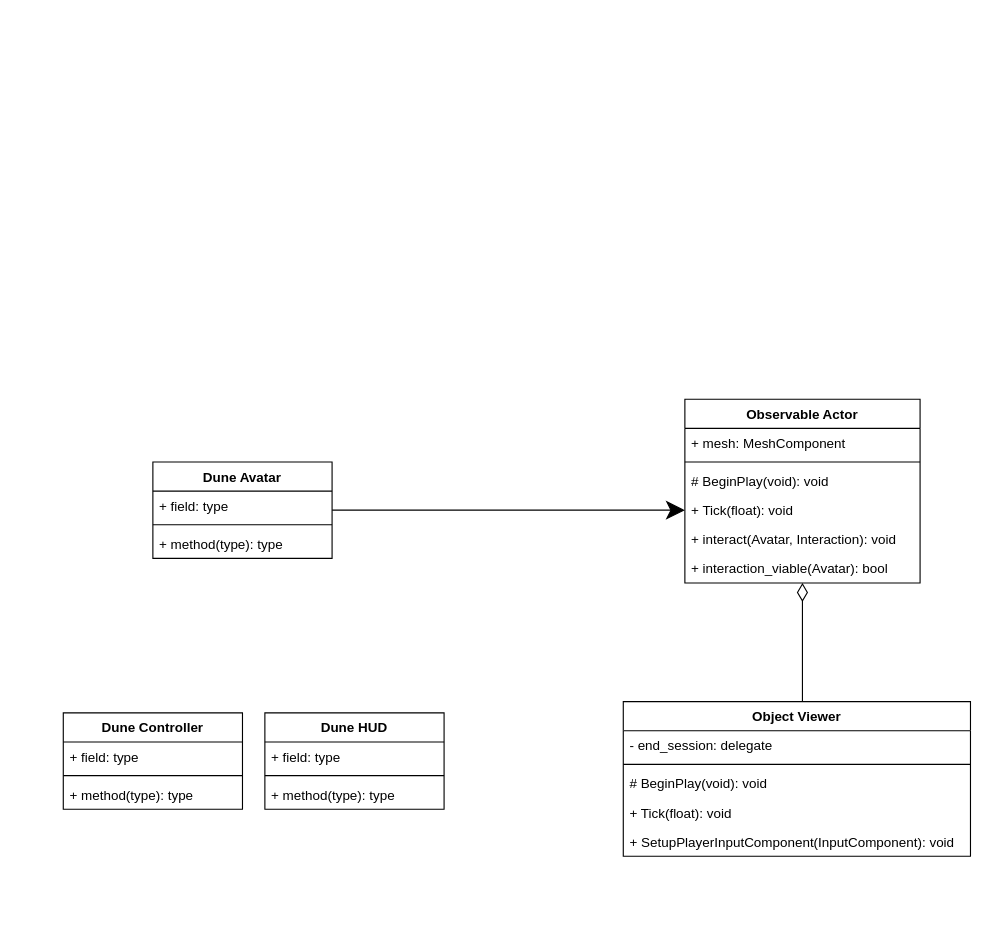
demuth/vDUNE keeps this draw.io diagram as diagrams/diagrams.drawio. Above is the earlier version. Source tidied: cells renumbered, new cells numbered last; positions are measured from the earlier drawing's top-left corner, leaving out a move shared by most shapes. Both pictures are drawn from the tidied source at 112%, with x=0, y=0 at pixel (63, 399).
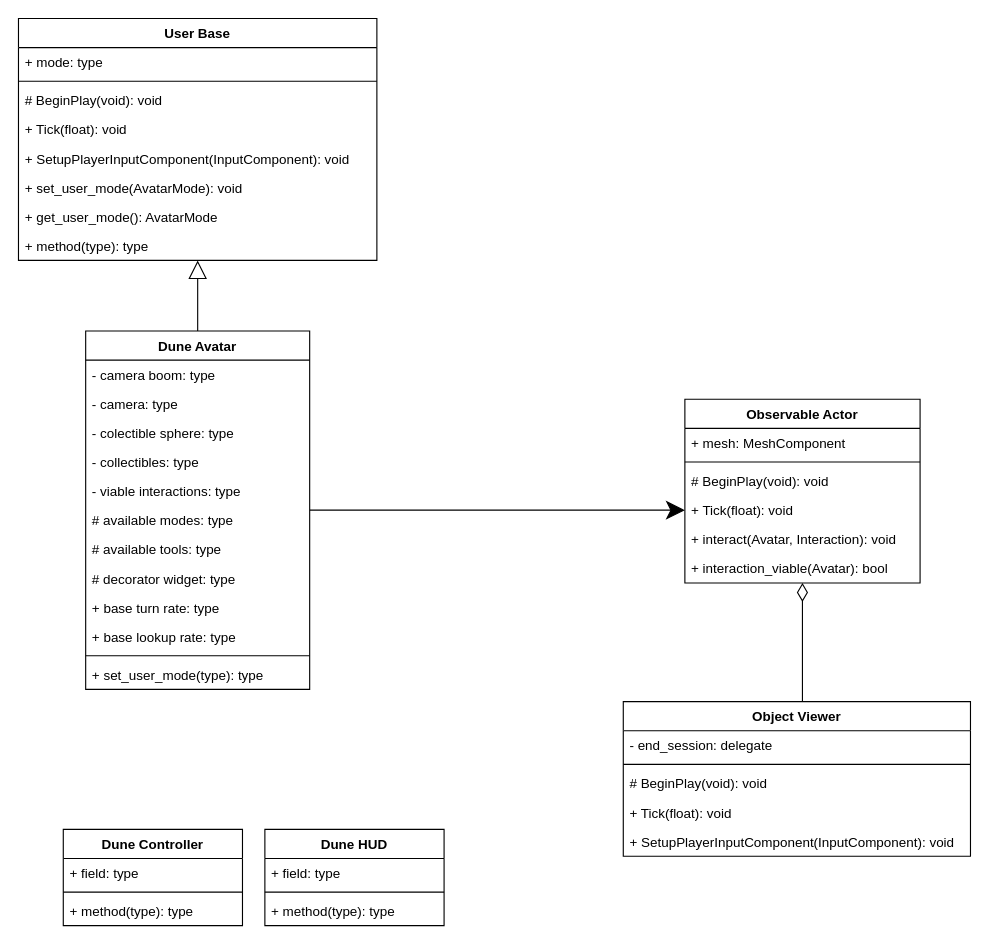
After the change.

Change to the diagram source:
```diff
@@
+    <mxCell id="29" style="edgeStyle=orthogonalEdgeStyle;rounded=0;jettySize=auto;html=1;entryX=0.5;entryY=1;entryDx=0;entryDy=0;endArrow=block;endFill=0;endSize=14;startSize=14;" parent="1" edge="1" source="3" target="39">
+      <mxGeometry relative="1" as="geometry" />
+    </mxCell>
     <mxCell id="3" value="Dune Avatar" style="swimlane;fontStyle=1;align=center;verticalAlign=top;horizontal=1;startSize=26;swimlaneFillColor=#ffffff;" parent="1" vertex="1">
-      <mxGeometry x="80" y="56" width="160" height="86" as="geometry" />
+      <mxGeometry x="20" y="-61" width="200" height="320" as="geometry" />
     </mxCell>
+    <mxCell id="30" value="- camera boom: type" style="text;strokeColor=none;fillColor=none;align=left;verticalAlign=top;spacingLeft=4;spacingRight=4;overflow=hidden;" parent="3" vertex="1">
+      <mxGeometry y="26" width="200" height="26" as="geometry" />
+    </mxCell>
+    <mxCell id="31" value="- camera: type" style="text;strokeColor=none;fillColor=none;align=left;verticalAlign=top;spacingLeft=4;spacingRight=4;overflow=hidden;" parent="3" vertex="1">
+      <mxGeometry y="52" width="200" height="26" as="geometry" />
+    </mxCell>
+    <mxCell id="32" value="- colectible sphere: type" style="text;strokeColor=none;fillColor=none;align=left;verticalAlign=top;spacingLeft=4;spacingRight=4;overflow=hidden;" parent="3" vertex="1">
+      <mxGeometry y="78" width="200" height="26" as="geometry" />
+    </mxCell>
-    <mxCell id="4" value="+ field: type" style="text;strokeColor=none;fillColor=none;align=left;verticalAlign=top;spacingLeft=4;spacingRight=4;overflow=hidden;" parent="3" vertex="1">
-      <mxGeometry y="26" width="160" height="26" as="geometry" />
+    <mxCell id="4" value="- collectibles: type" style="text;strokeColor=none;fillColor=none;align=left;verticalAlign=top;spacingLeft=4;spacingRight=4;overflow=hidden;" parent="3" vertex="1">
+      <mxGeometry y="104" width="200" height="26" as="geometry" />
     </mxCell>
+    <mxCell id="33" value="- viable interactions: type" style="text;strokeColor=none;fillColor=none;align=left;verticalAlign=top;spacingLeft=4;spacingRight=4;overflow=hidden;" parent="3" vertex="1">
+      <mxGeometry y="130" width="200" height="26" as="geometry" />
+    </mxCell>
+    <mxCell id="34" value="# available modes: type" style="text;strokeColor=none;fillColor=none;align=left;verticalAlign=top;spacingLeft=4;spacingRight=4;overflow=hidden;" parent="3" vertex="1">
+      <mxGeometry y="156" width="200" height="26" as="geometry" />
+    </mxCell>
+    <mxCell id="35" value="# available tools: type" style="text;strokeColor=none;fillColor=none;align=left;verticalAlign=top;spacingLeft=4;spacingRight=4;overflow=hidden;" parent="3" vertex="1">
+      <mxGeometry y="182" width="200" height="26" as="geometry" />
+    </mxCell>
+    <mxCell id="36" value="# decorator widget: type" style="text;strokeColor=none;fillColor=none;align=left;verticalAlign=top;spacingLeft=4;spacingRight=4;overflow=hidden;" parent="3" vertex="1">
+      <mxGeometry y="208" width="200" height="26" as="geometry" />
+    </mxCell>
+    <mxCell id="37" value="+ base turn rate: type" style="text;strokeColor=none;fillColor=none;align=left;verticalAlign=top;spacingLeft=4;spacingRight=4;overflow=hidden;" parent="3" vertex="1">
+      <mxGeometry y="234" width="200" height="26" as="geometry" />
+    </mxCell>
+    <mxCell id="38" value="+ base lookup rate: type" style="text;strokeColor=none;fillColor=none;align=left;verticalAlign=top;spacingLeft=4;spacingRight=4;overflow=hidden;" parent="3" vertex="1">
+      <mxGeometry y="260" width="200" height="26" as="geometry" />
+    </mxCell>
     <mxCell id="5" style="line;strokeWidth=1;fillColor=none;align=left;verticalAlign=middle;spacingTop=-1;spacingLeft=3;spacingRight=3;labelPosition=right;" parent="3" vertex="1">
-      <mxGeometry y="52" width="160" height="8" as="geometry" />
+      <mxGeometry y="286" width="200" height="8" as="geometry" />
     </mxCell>
-    <mxCell id="6" value="+ method(type): type" style="text;strokeColor=none;fillColor=none;align=left;verticalAlign=top;spacingLeft=4;spacingRight=4;overflow=hidden;" parent="3" vertex="1">
-      <mxGeometry y="60" width="160" height="26" as="geometry" />
+    <mxCell id="6" value="+ set_user_mode(type): type" style="text;strokeColor=none;fillColor=none;align=left;verticalAlign=top;spacingLeft=4;spacingRight=4;overflow=hidden;" parent="3" vertex="1">
+      <mxGeometry y="294" width="200" height="26" as="geometry" />
     </mxCell>
@@
     <mxCell id="21" value="Dune Controller" style="swimlane;fontStyle=1;align=center;verticalAlign=top;horizontal=1;startSize=26;swimlaneFillColor=#ffffff;" parent="1" vertex="1">
-      <mxGeometry y="280" width="160" height="86" as="geometry" />
+      <mxGeometry y="384" width="160" height="86" as="geometry" />
     </mxCell>
@@
     <mxCell id="25" value="Dune HUD" style="swimlane;fontStyle=1;align=center;verticalAlign=top;horizontal=1;startSize=26;swimlaneFillColor=#ffffff;" parent="1" vertex="1">
-      <mxGeometry x="180" y="280" width="160" height="86" as="geometry" />
+      <mxGeometry x="180" y="384" width="160" height="86" as="geometry" />
     </mxCell>
@@
+    <mxCell id="39" value="User Base" style="swimlane;fontStyle=1;align=center;verticalAlign=top;horizontal=1;startSize=26;swimlaneFillColor=#ffffff;" parent="1" vertex="1">
+      <mxGeometry x="-40" y="-340" width="320" height="216" as="geometry" />
+    </mxCell>
+    <mxCell id="40" value="+ mode: type" style="text;strokeColor=none;fillColor=none;align=left;verticalAlign=top;spacingLeft=4;spacingRight=4;overflow=hidden;" parent="39" vertex="1">
+      <mxGeometry y="26" width="320" height="26" as="geometry" />
+    </mxCell>
+    <mxCell id="41" style="line;strokeWidth=1;fillColor=none;align=left;verticalAlign=middle;spacingTop=-1;spacingLeft=3;spacingRight=3;labelPosition=right;" parent="39" vertex="1">
+      <mxGeometry y="52" width="320" height="8" as="geometry" />
+    </mxCell>
+    <mxCell id="42" value="# BeginPlay(void): void" style="text;strokeColor=none;fillColor=none;align=left;verticalAlign=top;spacingLeft=4;spacingRight=4;overflow=hidden;" parent="39" vertex="1">
+      <mxGeometry y="60" width="320" height="26" as="geometry" />
+    </mxCell>
+    <mxCell id="43" value="+ Tick(float): void" style="text;strokeColor=none;fillColor=none;align=left;verticalAlign=top;spacingLeft=4;spacingRight=4;overflow=hidden;" parent="39" vertex="1">
+      <mxGeometry y="86" width="320" height="26" as="geometry" />
+    </mxCell>
+    <mxCell id="44" value="+ SetupPlayerInputComponent(InputComponent): void" style="text;strokeColor=none;fillColor=none;align=left;verticalAlign=top;spacingLeft=4;spacingRight=4;overflow=hidden;" parent="39" vertex="1">
+      <mxGeometry y="112" width="320" height="26" as="geometry" />
+    </mxCell>
+    <mxCell id="45" value="+ set_user_mode(AvatarMode): void" style="text;strokeColor=none;fillColor=none;align=left;verticalAlign=top;spacingLeft=4;spacingRight=4;overflow=hidden;" parent="39" vertex="1">
+      <mxGeometry y="138" width="320" height="26" as="geometry" />
+    </mxCell>
+    <mxCell id="46" value="+ get_user_mode(): AvatarMode" style="text;strokeColor=none;fillColor=none;align=left;verticalAlign=top;spacingLeft=4;spacingRight=4;overflow=hidden;" parent="39" vertex="1">
+      <mxGeometry y="164" width="320" height="26" as="geometry" />
+    </mxCell>
+    <mxCell id="47" value="+ method(type): type" style="text;strokeColor=none;fillColor=none;align=left;verticalAlign=top;spacingLeft=4;spacingRight=4;overflow=hidden;" parent="39" vertex="1">
+      <mxGeometry y="190" width="320" height="26" as="geometry" />
+    </mxCell>
```
